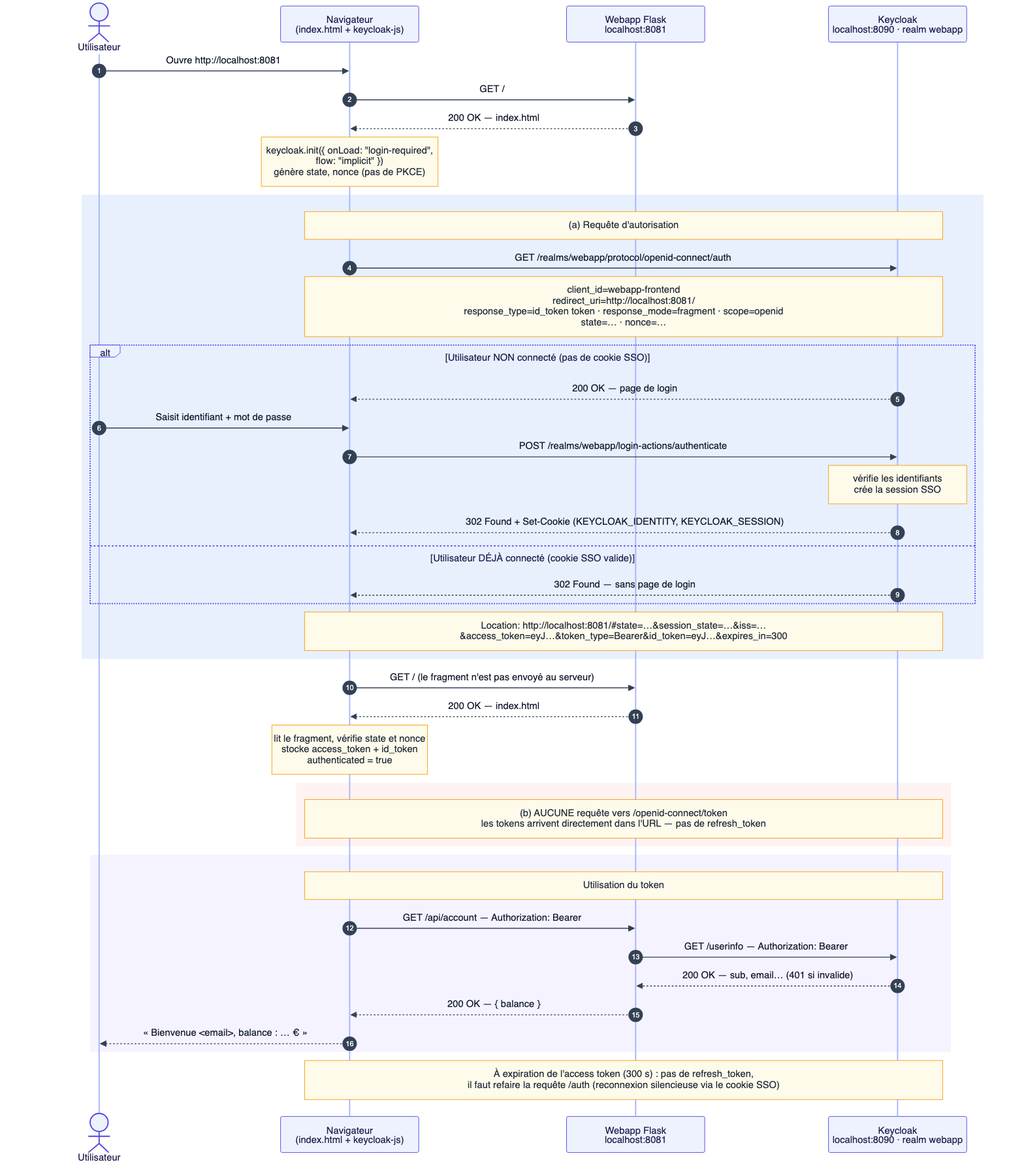
Earlier version of the Mermaid export rapport/q23-implicit-flow.png (Arnaud-Dec/swc-tp-keycloak). Its source is kept beside it as rapport/src/q23-implicit-flow.mmd.
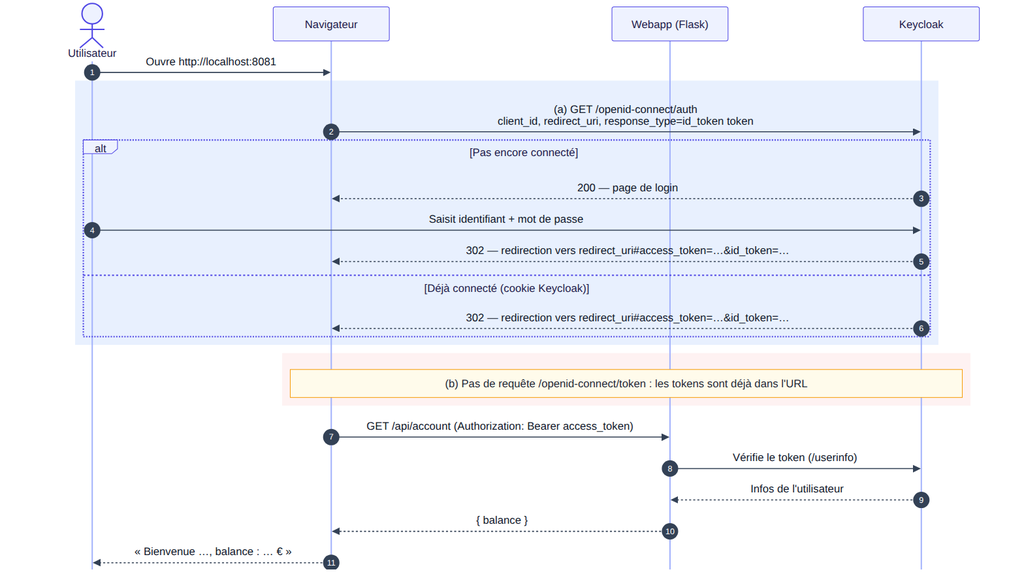
Above is the later version.

Diff of the diagram source:
```diff
@@ -1,46 +1,29 @@
 sequenceDiagram
     autonumber
     actor U as Utilisateur
-    participant B as Navigateur<br/>(index.html + keycloak-js)
-    participant F as Webapp Flask<br/>localhost:8081
-    participant K as Keycloak<br/>localhost:8090 · realm webapp
+    participant B as Navigateur
+    participant F as Webapp (Flask)
+    participant K as Keycloak
 
     U->>B: Ouvre http://localhost:8081
-    B->>F: GET /
-    F-->>B: 200 OK — index.html
-    Note over B: keycloak.init({ onLoad: "login-required",<br/>flow: "implicit" })<br/>génère state, nonce (pas de PKCE)
 
     rect rgb(232, 240, 254)
-    Note over B,K: (a) Requête d'autorisation
-    B->>K: GET /realms/webapp/protocol/openid-connect/auth
-    Note over B,K: client_id=webapp-frontend<br/>redirect_uri=http://localhost:8081/<br/>response_type=id_token token  ·  response_mode=fragment  ·  scope=openid<br/>state=…  ·  nonce=…
-    alt Utilisateur NON connecté (pas de cookie SSO)
-        K-->>B: 200 OK — page de login
-        U->>B: Saisit identifiant + mot de passe
-        B->>K: POST /realms/webapp/login-actions/authenticate
-        Note over K: vérifie les identifiants<br/>crée la session SSO
-        K-->>B: 302 Found + Set-Cookie (KEYCLOAK_IDENTITY, KEYCLOAK_SESSION)
-    else Utilisateur DÉJÀ connecté (cookie SSO valide)
-        K-->>B: 302 Found — sans page de login
+    B->>K: (a) GET /openid-connect/auth<br/>client_id, redirect_uri, response_type=id_token token
+    alt Pas encore connecté
+        K-->>B: 200 — page de login
+        U->>K: Saisit identifiant + mot de passe
+        K-->>B: 302 — redirection vers redirect_uri#35;access_token=…&id_token=…
+    else Déjà connecté (cookie Keycloak)
+        K-->>B: 302 — redirection vers redirect_uri#35;access_token=…&id_token=…
     end
-    Note over B,K: Location: http://localhost:8081/#35;state=…&session_state=…&iss=…<br/>&access_token=eyJ…&token_type=Bearer&id_token=eyJ…&expires_in=300
     end
 
-    B->>F: GET / (le fragment n'est pas envoyé au serveur)
-    F-->>B: 200 OK — index.html
-    Note over B: lit le fragment, vérifie state et nonce<br/>stocke access_token + id_token<br/>authenticated = true
-
     rect rgb(254, 242, 242)
-    Note over B,K: (b) AUCUNE requête vers /openid-connect/token<br/>les tokens arrivent directement dans l'URL — pas de refresh_token
+    Note over B,K: (b) Pas de requête /openid-connect/token : les tokens sont déjà dans l'URL
     end
 
-    rect rgb(245, 243, 255)
-    Note over B,K: Utilisation du token
-    B->>F: GET /api/account — Authorization: Bearer
-    F->>K: GET /userinfo — Authorization: Bearer
-    K-->>F: 200 OK — sub, email… (401 si invalide)
-    F-->>B: 200 OK — { balance }
-    B-->>U: « Bienvenue <email>, balance : … € »
-    end
-
-    Note over B,K: À expiration de l'access token (300 s) : pas de refresh_token,<br/>il faut refaire la requête /auth (reconnexion silencieuse via le cookie SSO)
+    B->>F: GET /api/account (Authorization: Bearer access_token)
+    F->>K: Vérifie le token (/userinfo)
+    K-->>F: Infos de l'utilisateur
+    F-->>B: { balance }
+    B-->>U: « Bienvenue …, balance : … € »
```
